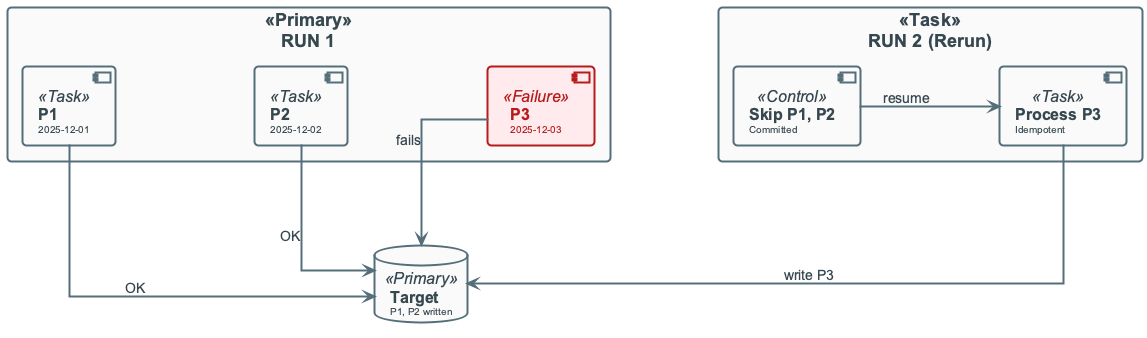
Before: diagrams/week04/week4_lecture_slide38_failure_rerun.png, a diagram exported from PlantUML (OrPerets/data-engineering-course).
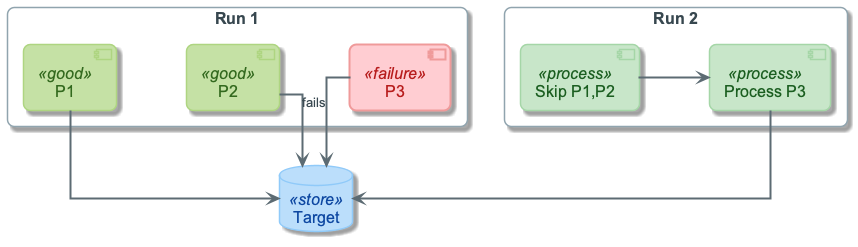
Above is the later version.

Diff of the diagram source:
```diff
@@ -1,29 +1,30 @@
 @startuml
-
 !include ../_template_styles.puml
+!include _week4_visual_style.puml
 
 top to bottom direction
+skinparam nodesep 70
+skinparam ranksep 55
 
-rectangle "RUN 1" <<Primary>> {
-    component "**P1**\n<size:10>2025-12-01</size>" as P1 <<Task>>
-    component "**P2**\n<size:10>2025-12-02</size>" as P2 <<Task>>
-    component "**P3**\n<size:10>2025-12-03</size>" as P3 <<Failure>>
-    P1 -[hidden]right- P2
-    P2 -[hidden]right- P3
+rectangle "Run 1" as R1 {
+  component "P1" as P1 <<good>>
+  component "P2" as P2 <<good>>
+  component "P3" as P3 <<failure>>
+  P1 -[hidden]right- P2
+  P2 -[hidden]right- P3
 }
 
-database "**Target**\n<size:10>P1, P2 written</size>" as TARGET <<Primary>>
+database "Target" as TARGET <<store>>
 
-rectangle "RUN 2 (Rerun)" <<Task>> {
-    component "**Skip P1, P2**\n<size:10>Committed</size>" as SKIP <<Control>>
-    component "**Process P3**\n<size:10>Idempotent</size>" as P3B <<Task>>
-    SKIP -right-> P3B : "resume"
+rectangle "Run 2" as R2 {
+  component "Skip P1,P2" as SKIP <<process>>
+  component "Process P3" as P3B <<process>>
+  SKIP -right-> P3B
 }
 
-P1 -down-> TARGET : "OK"
-P2 -down-> TARGET : "OK"
-P3 -down-> TARGET : "fails"
-
-P3B -down-> TARGET : "write P3"
+P1 -down-> TARGET
+P2 -down-> TARGET
+P3 -down-> TARGET : fails
+P3B -down-> TARGET
 
 @enduml
```
